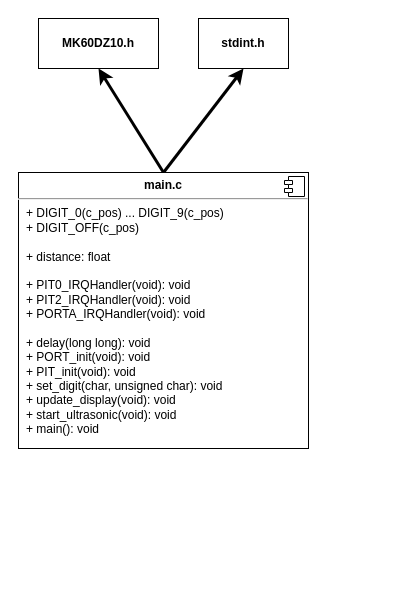
The draw.io diagram page "Class diagram" (1 of 3) of docs/resources/diagrams.drawio in hungdojan/IMP_Project, before the edit. Source tidied: cells renumbered, new cells numbered last; positions are measured from the earlier drawing's top-left corner, leaving out a move shared by most shapes. Both pictures are drawn from the tidied source at 100%, with x=0, y=0 at pixel (18, 18).
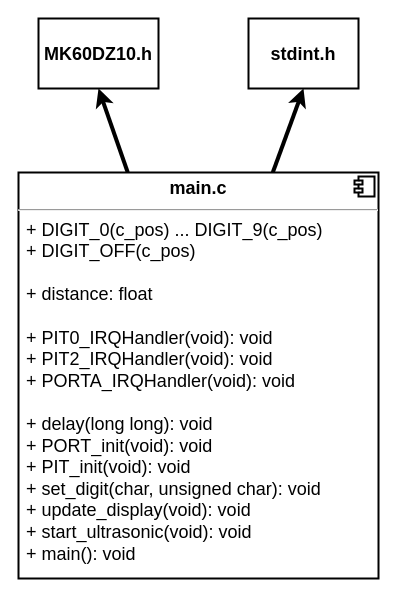
The same page after the edit.

Change to the diagram source:
```diff
@@
 <mxGraphModel>
   <root>
     <mxCell id="0" />
     <mxCell id="1" parent="0" />
-    <mxCell id="2" style="html=1;exitX=0.5;exitY=0;exitDx=0;exitDy=0;entryX=0.5;entryY=1;entryDx=0;entryDy=0;fontSize=13;elbow=vertical;strokeWidth=3;" parent="1" edge="1" source="4" target="6">
+    <mxCell id="2" style="html=1;entryX=0.5;entryY=1;entryDx=0;entryDy=0;fontSize=18;elbow=vertical;strokeWidth=4;" parent="1" edge="1" source="4" target="6">
       <mxGeometry relative="1" as="geometry" />
     </mxCell>
-    <mxCell id="3" style="edgeStyle=none;html=1;exitX=0.5;exitY=0;exitDx=0;exitDy=0;entryX=0.5;entryY=1;entryDx=0;entryDy=0;fontSize=13;strokeWidth=3;elbow=vertical;" parent="1" edge="1" source="4" target="7">
+    <mxCell id="3" style="edgeStyle=none;html=1;entryX=0.5;entryY=1;entryDx=0;entryDy=0;fontSize=18;strokeWidth=4;elbow=vertical;" parent="1" edge="1" source="4" target="7">
       <mxGeometry relative="1" as="geometry" />
     </mxCell>
-    <mxCell id="4" value="&lt;p style=&quot;margin: 0px ; margin-top: 6px ; text-align: center&quot;&gt;&lt;b&gt;main.c&lt;/b&gt;&lt;/p&gt;&lt;hr&gt;&lt;p style=&quot;margin: 0px ; margin-left: 8px&quot;&gt;+ DIGIT_0(c_pos) ... DIGIT_9(c_pos)&lt;/p&gt;&lt;p style=&quot;margin: 0px ; margin-left: 8px&quot;&gt;&lt;span&gt;+ DIGIT_OFF(c_pos)&lt;/span&gt;&lt;/p&gt;&lt;p style=&quot;margin: 0px ; margin-left: 8px&quot;&gt;&lt;span&gt;&lt;br&gt;&lt;/span&gt;&lt;/p&gt;&lt;p style=&quot;margin: 0px ; margin-left: 8px&quot;&gt;&lt;span&gt;+ distance: float&lt;/span&gt;&lt;/p&gt;&lt;p style=&quot;margin: 0px ; margin-left: 8px&quot;&gt;&lt;br&gt;&lt;/p&gt;&lt;p style=&quot;margin: 0px 0px 0px 8px&quot;&gt;+ PIT0_IRQHandler(void): void&lt;/p&gt;&lt;p style=&quot;margin: 0px 0px 0px 8px&quot;&gt;+ PIT2_IRQHandler(void): void&lt;/p&gt;&lt;p style=&quot;margin: 0px 0px 0px 8px&quot;&gt;+ PORTA_IRQHandler(void): void&lt;/p&gt;&lt;p style=&quot;margin: 0px 0px 0px 8px&quot;&gt;&lt;br&gt;&lt;/p&gt;&lt;p style=&quot;margin: 0px ; margin-left: 8px&quot;&gt;&lt;span&gt;+ delay(long long): void&lt;/span&gt;&lt;/p&gt;&lt;p style=&quot;margin: 0px ; margin-left: 8px&quot;&gt;&lt;span&gt;+ PORT_init(void): void&lt;/span&gt;&lt;/p&gt;&lt;p style=&quot;margin: 0px ; margin-left: 8px&quot;&gt;&lt;span&gt;+ PIT_init(void): void&lt;/span&gt;&lt;/p&gt;&lt;p style=&quot;margin: 0px ; margin-left: 8px&quot;&gt;+ set_digit(char, unsigned char): void&lt;/p&gt;&lt;p style=&quot;margin: 0px ; margin-left: 8px&quot;&gt;+ update_display(void): void&lt;/p&gt;&lt;p style=&quot;margin: 0px ; margin-left: 8px&quot;&gt;+ start_ultrasonic(void): void&lt;/p&gt;&lt;p style=&quot;margin: 0px ; margin-left: 8px&quot;&gt;+ main(): void&lt;br&gt;&lt;/p&gt;&lt;p style=&quot;margin: 0px ; margin-left: 8px&quot;&gt;&lt;br&gt;&lt;/p&gt;&lt;p style=&quot;margin: 0px ; margin-left: 8px&quot;&gt;&lt;br&gt;&lt;/p&gt;" style="align=left;overflow=fill;html=1;fontSize=12;" parent="1" vertex="1">
-      <mxGeometry y="154" width="290" height="276" as="geometry" />
+    <mxCell id="4" value="&lt;p style=&quot;margin: 6px 0px 0px; text-align: center; font-size: 18px;&quot;&gt;&lt;b style=&quot;font-size: 18px;&quot;&gt;main.c&lt;/b&gt;&lt;/p&gt;&lt;hr style=&quot;font-size: 18px;&quot;&gt;&lt;p style=&quot;margin: 0px 0px 0px 8px; font-size: 18px;&quot;&gt;+ DIGIT_0(c_pos) ... DIGIT_9(c_pos)&lt;/p&gt;&lt;p style=&quot;margin: 0px 0px 0px 8px; font-size: 18px;&quot;&gt;&lt;span style=&quot;font-size: 18px;&quot;&gt;+ DIGIT_OFF(c_pos)&lt;/span&gt;&lt;/p&gt;&lt;p style=&quot;margin: 0px 0px 0px 8px; font-size: 18px;&quot;&gt;&lt;span style=&quot;font-size: 18px;&quot;&gt;&lt;br style=&quot;font-size: 18px;&quot;&gt;&lt;/span&gt;&lt;/p&gt;&lt;p style=&quot;margin: 0px 0px 0px 8px; font-size: 18px;&quot;&gt;&lt;span style=&quot;font-size: 18px;&quot;&gt;+ distance: float&lt;/span&gt;&lt;/p&gt;&lt;p style=&quot;margin: 0px 0px 0px 8px; font-size: 18px;&quot;&gt;&lt;br style=&quot;font-size: 18px;&quot;&gt;&lt;/p&gt;&lt;p style=&quot;margin: 0px 0px 0px 8px; font-size: 18px;&quot;&gt;+ PIT0_IRQHandler(void): void&lt;/p&gt;&lt;p style=&quot;margin: 0px 0px 0px 8px; font-size: 18px;&quot;&gt;+ PIT2_IRQHandler(void): void&lt;/p&gt;&lt;p style=&quot;margin: 0px 0px 0px 8px; font-size: 18px;&quot;&gt;+ PORTA_IRQHandler(void): void&lt;/p&gt;&lt;p style=&quot;margin: 0px 0px 0px 8px; font-size: 18px;&quot;&gt;&lt;br style=&quot;font-size: 18px;&quot;&gt;&lt;/p&gt;&lt;p style=&quot;margin: 0px 0px 0px 8px; font-size: 18px;&quot;&gt;&lt;span style=&quot;font-size: 18px;&quot;&gt;+ delay(long long): void&lt;/span&gt;&lt;/p&gt;&lt;p style=&quot;margin: 0px 0px 0px 8px; font-size: 18px;&quot;&gt;&lt;span style=&quot;font-size: 18px;&quot;&gt;+ PORT_init(void): void&lt;/span&gt;&lt;/p&gt;&lt;p style=&quot;margin: 0px 0px 0px 8px; font-size: 18px;&quot;&gt;&lt;span style=&quot;font-size: 18px;&quot;&gt;+ PIT_init(void): void&lt;/span&gt;&lt;/p&gt;&lt;p style=&quot;margin: 0px 0px 0px 8px; font-size: 18px;&quot;&gt;+ set_digit(char, unsigned char): void&lt;/p&gt;&lt;p style=&quot;margin: 0px 0px 0px 8px; font-size: 18px;&quot;&gt;+ update_display(void): void&lt;/p&gt;&lt;p style=&quot;margin: 0px 0px 0px 8px; font-size: 18px;&quot;&gt;+ start_ultrasonic(void): void&lt;/p&gt;&lt;p style=&quot;margin: 0px 0px 0px 8px; font-size: 18px;&quot;&gt;+ main(): void&lt;br style=&quot;font-size: 18px;&quot;&gt;&lt;/p&gt;&lt;p style=&quot;margin: 0px 0px 0px 8px; font-size: 18px;&quot;&gt;&lt;br style=&quot;font-size: 18px;&quot;&gt;&lt;/p&gt;&lt;p style=&quot;margin: 0px 0px 0px 8px; font-size: 18px;&quot;&gt;&lt;br style=&quot;font-size: 18px;&quot;&gt;&lt;/p&gt;" style="align=left;overflow=fill;html=1;fontSize=18;strokeWidth=2;" parent="1" vertex="1">
+      <mxGeometry y="154" width="360" height="406" as="geometry" />
     </mxCell>
-    <mxCell id="5" style="shape=component;jettyWidth=8;jettyHeight=4;fontSize=12;" parent="4" vertex="1">
+    <mxCell id="5" style="shape=component;jettyWidth=8;jettyHeight=4;fontSize=18;strokeWidth=2;" parent="4" vertex="1">
       <mxGeometry x="1" width="20" height="20" relative="1" as="geometry">
         <mxPoint x="-24" y="4" as="offset" />
       </mxGeometry>
     </mxCell>
-    <mxCell id="6" value="&lt;p style=&quot;margin: 0px ; margin-top: 4px ; text-align: center&quot;&gt;&lt;br&gt;&lt;b&gt;MK60DZ10.h&lt;/b&gt;&lt;/p&gt;" style="verticalAlign=top;align=left;overflow=fill;fontSize=12;fontFamily=Helvetica;html=1;" parent="1" vertex="1">
-      <mxGeometry x="20" width="120" height="50" as="geometry" />
+    <mxCell id="6" value="&lt;p style=&quot;margin: 4px 0px 0px; text-align: center; font-size: 18px;&quot;&gt;&lt;br style=&quot;font-size: 18px;&quot;&gt;&lt;b style=&quot;font-size: 18px;&quot;&gt;MK60DZ10.h&lt;/b&gt;&lt;/p&gt;" style="verticalAlign=top;align=left;overflow=fill;fontSize=18;fontFamily=Helvetica;html=1;strokeWidth=2;" parent="1" vertex="1">
+      <mxGeometry x="20" width="120" height="70" as="geometry" />
     </mxCell>
-    <mxCell id="7" value="&lt;p style=&quot;margin: 0px ; margin-top: 4px ; text-align: center&quot;&gt;&lt;br&gt;&lt;b&gt;stdint.h&lt;/b&gt;&lt;/p&gt;" style="verticalAlign=top;align=left;overflow=fill;fontSize=12;fontFamily=Helvetica;html=1;" parent="1" vertex="1">
-      <mxGeometry x="180" width="90" height="50" as="geometry" />
+    <mxCell id="7" value="&lt;p style=&quot;margin: 4px 0px 0px; text-align: center; font-size: 18px;&quot;&gt;&lt;br style=&quot;font-size: 18px;&quot;&gt;&lt;b style=&quot;font-size: 18px;&quot;&gt;stdint.h&lt;/b&gt;&lt;/p&gt;" style="verticalAlign=top;align=left;overflow=fill;fontSize=18;fontFamily=Helvetica;html=1;strokeWidth=2;" parent="1" vertex="1">
+      <mxGeometry x="230" width="110" height="70" as="geometry" />
     </mxCell>
   </root>
 </mxGraphModel>
```
